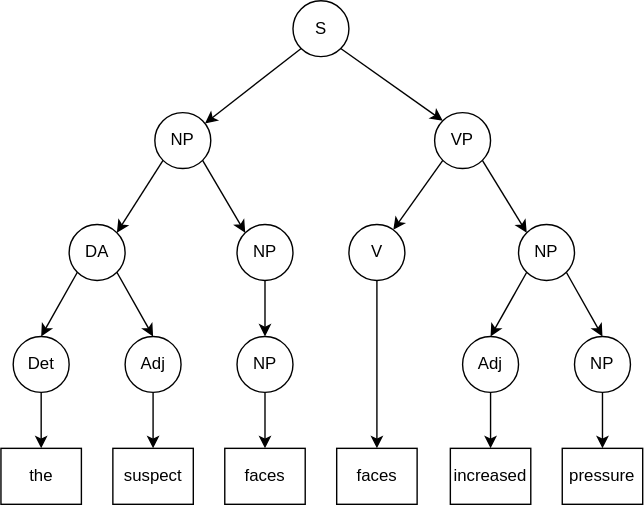
Earlier version of the draw.io export a01/graph/2-CKY-tree-1.svg (ttperr/DD2417-NLP-KTH). Source tidied: cells renumbered, new cells last; positions are measured from the earlier drawing's top-left corner, leaving out a move shared by most shapes. Its diagram source:
```xml
<mxGraphModel>
  <root>
    <mxCell id="0" />
    <mxCell id="1" parent="0" />
    <mxCell id="2" style="edgeStyle=none;html=1;exitX=0;exitY=1;exitDx=0;exitDy=0;" parent="1" edge="1" source="4" target="7">
      <mxGeometry relative="1" as="geometry" />
    </mxCell>
    <mxCell id="3" style="edgeStyle=none;html=1;exitX=1;exitY=1;exitDx=0;exitDy=0;entryX=0;entryY=0;entryDx=0;entryDy=0;" parent="1" edge="1" source="4" target="10">
      <mxGeometry relative="1" as="geometry" />
    </mxCell>
    <mxCell id="4" value="S" style="ellipse;whiteSpace=wrap;html=1;" parent="1" vertex="1">
      <mxGeometry x="208.8" width="40" height="40" as="geometry" />
    </mxCell>
    <mxCell id="5" style="edgeStyle=none;html=1;exitX=1;exitY=1;exitDx=0;exitDy=0;entryX=0;entryY=0;entryDx=0;entryDy=0;" parent="1" edge="1" source="7" target="32">
      <mxGeometry relative="1" as="geometry" />
    </mxCell>
    <mxCell id="6" style="edgeStyle=none;html=1;exitX=0;exitY=1;exitDx=0;exitDy=0;entryX=1;entryY=0;entryDx=0;entryDy=0;" parent="1" edge="1" source="7" target="25">
      <mxGeometry relative="1" as="geometry" />
    </mxCell>
    <mxCell id="7" value="NP" style="ellipse;whiteSpace=wrap;html=1;" parent="1" vertex="1">
      <mxGeometry x="110" y="80" width="40" height="40" as="geometry" />
    </mxCell>
    <mxCell id="8" style="edgeStyle=none;html=1;exitX=0;exitY=1;exitDx=0;exitDy=0;" parent="1" edge="1" source="10" target="12">
      <mxGeometry relative="1" as="geometry" />
    </mxCell>
    <mxCell id="9" style="edgeStyle=none;html=1;exitX=1;exitY=1;exitDx=0;exitDy=0;entryX=0;entryY=0;entryDx=0;entryDy=0;" parent="1" edge="1" source="10" target="15">
      <mxGeometry relative="1" as="geometry" />
    </mxCell>
    <mxCell id="10" value="VP" style="ellipse;whiteSpace=wrap;html=1;" parent="1" vertex="1">
      <mxGeometry x="310" y="80" width="40" height="40" as="geometry" />
    </mxCell>
    <mxCell id="11" style="edgeStyle=none;html=1;exitX=0.5;exitY=1;exitDx=0;exitDy=0;entryX=0.5;entryY=0;entryDx=0;entryDy=0;" parent="1" edge="1" source="12" target="22">
      <mxGeometry relative="1" as="geometry" />
    </mxCell>
    <mxCell id="12" value="V" style="ellipse;whiteSpace=wrap;html=1;" parent="1" vertex="1">
      <mxGeometry x="248.8" y="160" width="40" height="40" as="geometry" />
    </mxCell>
    <mxCell id="13" style="edgeStyle=none;html=1;exitX=0;exitY=1;exitDx=0;exitDy=0;entryX=0.5;entryY=0;entryDx=0;entryDy=0;" parent="1" edge="1" source="15" target="17">
      <mxGeometry relative="1" as="geometry" />
    </mxCell>
    <mxCell id="14" style="edgeStyle=none;html=1;exitX=1;exitY=1;exitDx=0;exitDy=0;entryX=0.5;entryY=0;entryDx=0;entryDy=0;" parent="1" edge="1" source="15" target="19">
      <mxGeometry relative="1" as="geometry" />
    </mxCell>
    <mxCell id="15" value="NP" style="ellipse;whiteSpace=wrap;html=1;" parent="1" vertex="1">
      <mxGeometry x="370" y="160" width="40" height="40" as="geometry" />
    </mxCell>
    <mxCell id="16" style="edgeStyle=none;html=1;exitX=0.5;exitY=1;exitDx=0;exitDy=0;entryX=0.5;entryY=0;entryDx=0;entryDy=0;" parent="1" edge="1" source="17" target="21">
      <mxGeometry relative="1" as="geometry" />
    </mxCell>
    <mxCell id="17" value="Adj" style="ellipse;whiteSpace=wrap;html=1;" parent="1" vertex="1">
      <mxGeometry x="330" y="240" width="40" height="40" as="geometry" />
    </mxCell>
    <mxCell id="18" style="edgeStyle=none;html=1;exitX=0.5;exitY=1;exitDx=0;exitDy=0;entryX=0.5;entryY=0;entryDx=0;entryDy=0;" parent="1" edge="1" source="19" target="20">
      <mxGeometry relative="1" as="geometry" />
    </mxCell>
    <mxCell id="19" value="NP" style="ellipse;whiteSpace=wrap;html=1;" parent="1" vertex="1">
      <mxGeometry x="410" y="240" width="40" height="40" as="geometry" />
    </mxCell>
    <mxCell id="20" value="pressure" style="rounded=0;whiteSpace=wrap;html=1;" parent="1" vertex="1">
      <mxGeometry x="401.2" y="320" width="57.5" height="40" as="geometry" />
    </mxCell>
    <mxCell id="21" value="increased" style="rounded=0;whiteSpace=wrap;html=1;" parent="1" vertex="1">
      <mxGeometry x="321.2" y="320" width="57.5" height="40" as="geometry" />
    </mxCell>
    <mxCell id="22" value="faces" style="rounded=0;whiteSpace=wrap;html=1;" parent="1" vertex="1">
      <mxGeometry x="240" y="320" width="57.5" height="40" as="geometry" />
    </mxCell>
    <mxCell id="23" style="edgeStyle=none;html=1;exitX=0;exitY=1;exitDx=0;exitDy=0;entryX=0.5;entryY=0;entryDx=0;entryDy=0;" parent="1" edge="1" source="25" target="36">
      <mxGeometry relative="1" as="geometry" />
    </mxCell>
    <mxCell id="24" style="edgeStyle=none;html=1;exitX=1;exitY=1;exitDx=0;exitDy=0;entryX=0.5;entryY=0;entryDx=0;entryDy=0;" parent="1" edge="1" source="25" target="27">
      <mxGeometry relative="1" as="geometry" />
    </mxCell>
    <mxCell id="25" value="DA" style="ellipse;whiteSpace=wrap;html=1;" parent="1" vertex="1">
      <mxGeometry x="48.8" y="160" width="40" height="40" as="geometry" />
    </mxCell>
    <mxCell id="26" style="edgeStyle=none;html=1;exitX=0.5;exitY=1;exitDx=0;exitDy=0;entryX=0.5;entryY=0;entryDx=0;entryDy=0;" parent="1" edge="1" source="27" target="30">
      <mxGeometry relative="1" as="geometry" />
    </mxCell>
    <mxCell id="27" value="Adj" style="ellipse;whiteSpace=wrap;html=1;" parent="1" vertex="1">
      <mxGeometry x="88.8" y="240" width="40" height="40" as="geometry" />
    </mxCell>
    <mxCell id="28" value="faces" style="rounded=0;whiteSpace=wrap;html=1;" parent="1" vertex="1">
      <mxGeometry x="160" y="320" width="57.5" height="40" as="geometry" />
    </mxCell>
    <mxCell id="29" value="the&lt;span style=&quot;color: rgba(0, 0, 0, 0); font-family: monospace; font-size: 0px; text-align: start;&quot;&gt;%3CmxGraphModel%3E%3Croot%3E%3CmxCell%20id%3D%220%22%2F%3E%3CmxCell%20id%3D%221%22%20parent%3D%220%22%2F%3E%3CmxCell%20id%3D%222%22%20value%3D%22faces%22%20style%3D%22rounded%3D0%3BwhiteSpace%3Dwrap%3Bhtml%3D1%3B%22%20vertex%3D%221%22%20parent%3D%221%22%3E%3CmxGeometry%20x%3D%22171.25%22%20y%3D%22360%22%20width%3D%2257.5%22%20height%3D%2240%22%20as%3D%22geometry%22%2F%3E%3C%2FmxCell%3E%3C%2Froot%3E%3C%2FmxGraphModel%3E&lt;/span&gt;" style="rounded=0;whiteSpace=wrap;html=1;" parent="1" vertex="1">
      <mxGeometry y="320" width="57.5" height="40" as="geometry" />
    </mxCell>
    <mxCell id="30" value="suspect" style="rounded=0;whiteSpace=wrap;html=1;" parent="1" vertex="1">
      <mxGeometry x="80" y="320" width="57.5" height="40" as="geometry" />
    </mxCell>
    <mxCell id="31" style="edgeStyle=none;html=1;exitX=0.5;exitY=1;exitDx=0;exitDy=0;entryX=0.5;entryY=0;entryDx=0;entryDy=0;" parent="1" edge="1" source="32" target="34">
      <mxGeometry relative="1" as="geometry" />
    </mxCell>
    <mxCell id="32" value="NP" style="ellipse;whiteSpace=wrap;html=1;" parent="1" vertex="1">
      <mxGeometry x="168.8" y="160" width="40" height="40" as="geometry" />
    </mxCell>
    <mxCell id="33" style="edgeStyle=none;html=1;" parent="1" edge="1" source="34" target="28">
      <mxGeometry relative="1" as="geometry" />
    </mxCell>
    <mxCell id="34" value="NP" style="ellipse;whiteSpace=wrap;html=1;" parent="1" vertex="1">
      <mxGeometry x="168.8" y="240" width="40" height="40" as="geometry" />
    </mxCell>
    <mxCell id="35" style="edgeStyle=none;html=1;exitX=0.5;exitY=1;exitDx=0;exitDy=0;entryX=0.5;entryY=0;entryDx=0;entryDy=0;" parent="1" edge="1" source="36" target="29">
      <mxGeometry relative="1" as="geometry" />
    </mxCell>
    <mxCell id="36" value="Det" style="ellipse;whiteSpace=wrap;html=1;" parent="1" vertex="1">
      <mxGeometry x="8.8" y="240" width="40" height="40" as="geometry" />
    </mxCell>
  </root>
</mxGraphModel>
```
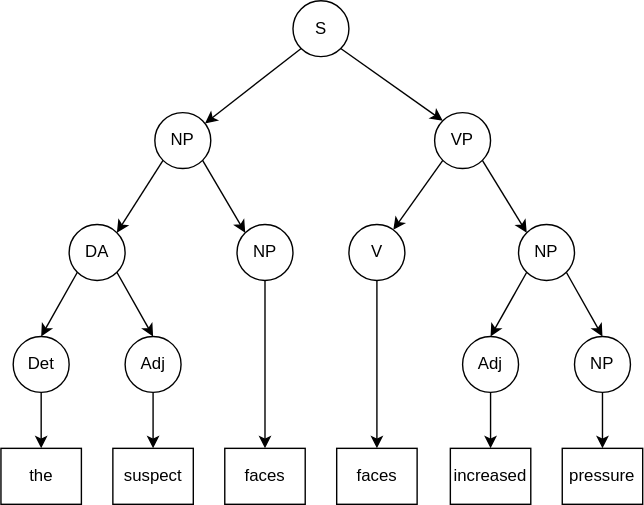
After the change.

Change to the diagram source:
```diff
@@ -89,18 +89,12 @@
     <mxCell id="30" value="suspect" style="rounded=0;whiteSpace=wrap;html=1;" parent="1" vertex="1">
       <mxGeometry x="80" y="320" width="57.5" height="40" as="geometry" />
     </mxCell>
-    <mxCell id="31" style="edgeStyle=none;html=1;exitX=0.5;exitY=1;exitDx=0;exitDy=0;entryX=0.5;entryY=0;entryDx=0;entryDy=0;" parent="1" edge="1" source="32" target="34">
-      <mxGeometry relative="1" as="geometry" />
-    </mxCell>
+    <mxCell id="37" style="edgeStyle=none;html=1;exitX=0.5;exitY=1;exitDx=0;exitDy=0;" parent="1" edge="1" source="32" target="28">
+      <mxGeometry relative="1" as="geometry" />
+    </mxCell>
     <mxCell id="32" value="NP" style="ellipse;whiteSpace=wrap;html=1;" parent="1" vertex="1">
       <mxGeometry x="168.8" y="160" width="40" height="40" as="geometry" />
     </mxCell>
-    <mxCell id="33" style="edgeStyle=none;html=1;" parent="1" edge="1" source="34" target="28">
-      <mxGeometry relative="1" as="geometry" />
-    </mxCell>
-    <mxCell id="34" value="NP" style="ellipse;whiteSpace=wrap;html=1;" parent="1" vertex="1">
-      <mxGeometry x="168.8" y="240" width="40" height="40" as="geometry" />
-    </mxCell>
     <mxCell id="35" style="edgeStyle=none;html=1;exitX=0.5;exitY=1;exitDx=0;exitDy=0;entryX=0.5;entryY=0;entryDx=0;entryDy=0;" parent="1" edge="1" source="36" target="29">
       <mxGeometry relative="1" as="geometry" />
     </mxCell>
```
